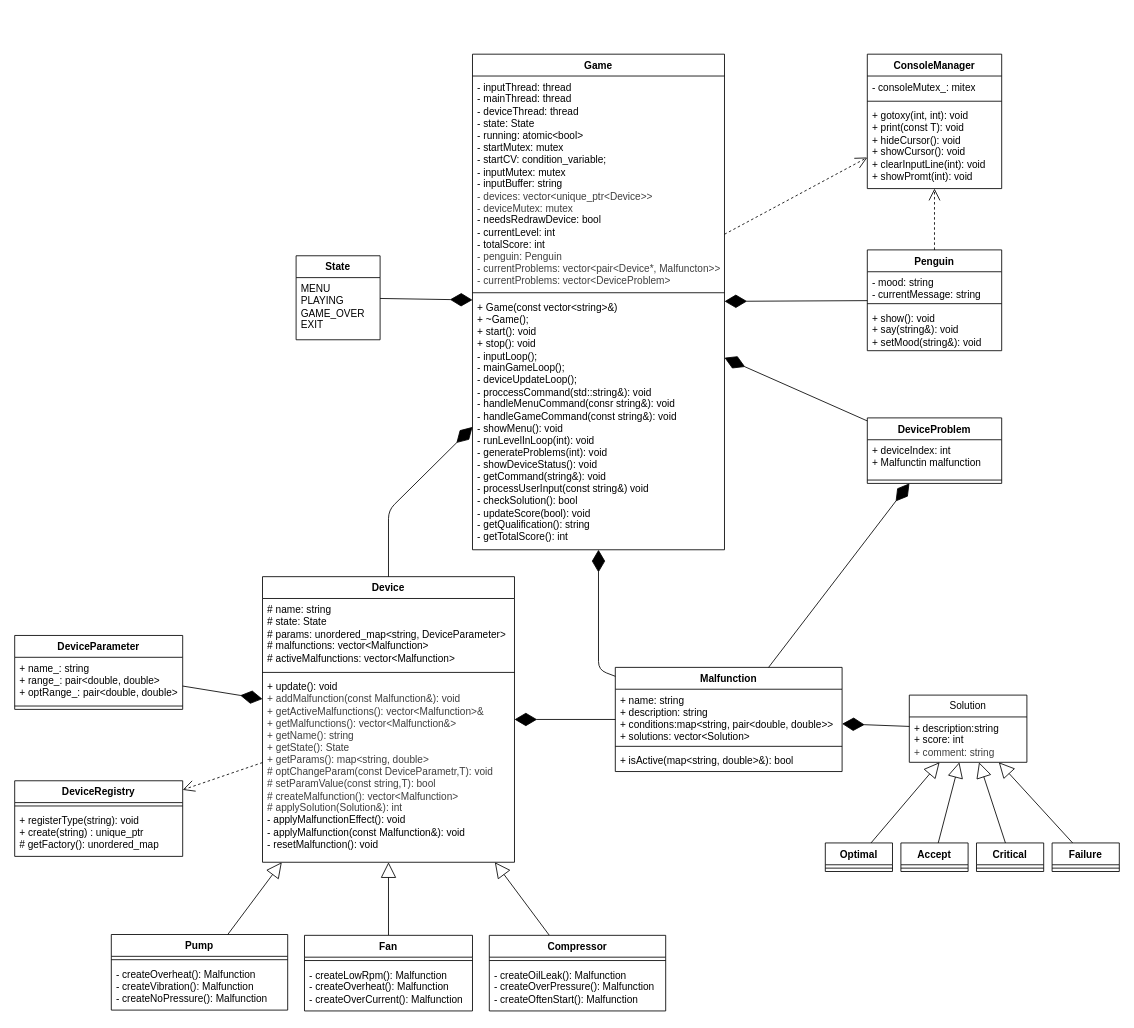
This is docs/diagram.drawio from MARGO0901/otus-finalproject, a draw.io file, before an edit. Source tidied: cells renumbered, new cells numbered last; positions are measured from the earlier drawing's top-left corner, leaving out a move shared by most shapes. Both pictures are drawn from the tidied source at 84%, with x=0, y=0 at pixel (14, 54).
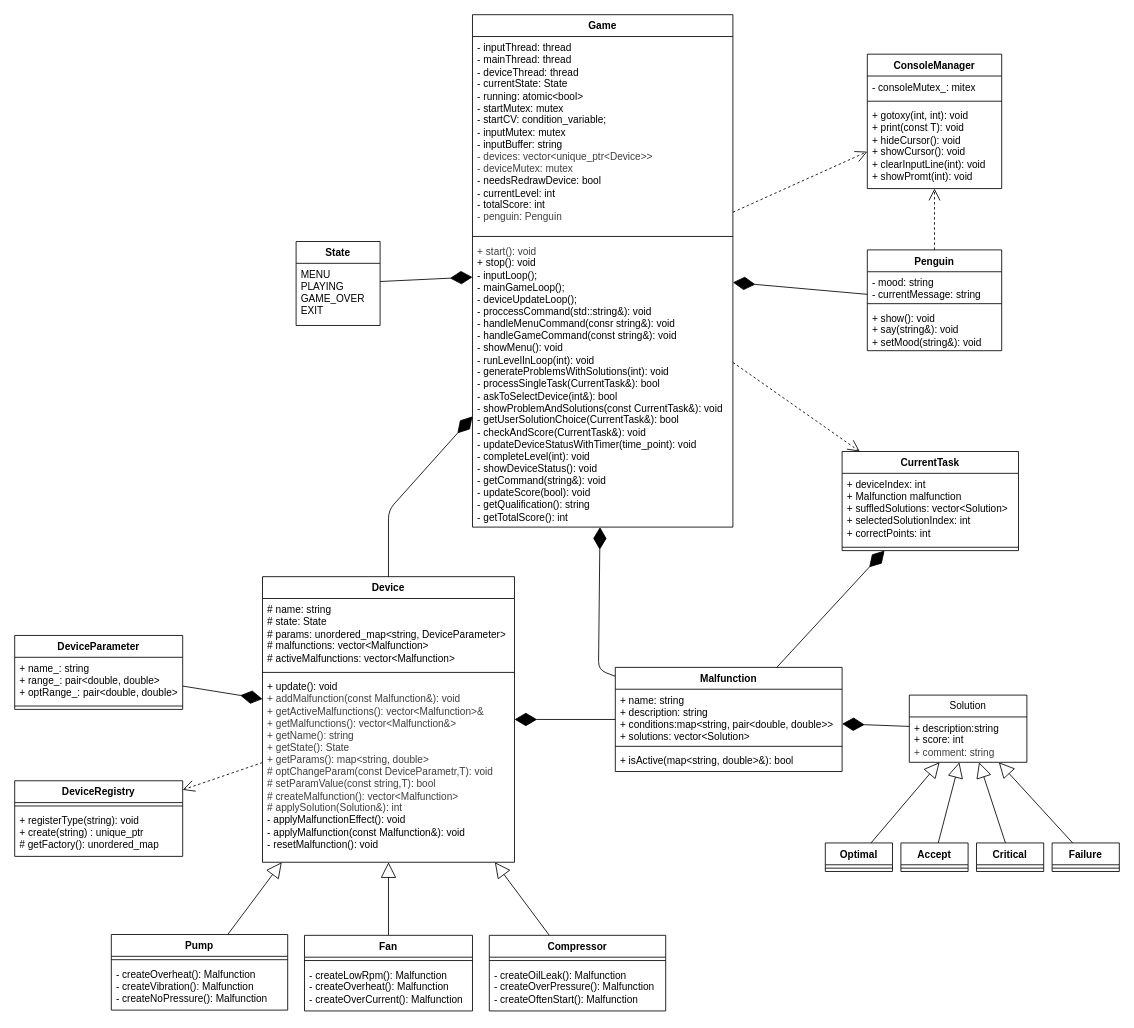
The same page after the edit.

The change refers to these unchanged cells:
```xml
<mxCell id="17" value="Malfunction" style="swimlane;fontStyle=1;align=center;verticalAlign=top;horizontal=1;startSize=26;whiteSpace=wrap;html=1;" parent="1" vertex="1">
  <mxGeometry x="715" y="730" width="270" height="124" as="geometry" />
</mxCell>
```

Change to the diagram source:
```diff
@@
     <mxCell id="2" value="Game" style="swimlane;fontStyle=1;align=center;verticalAlign=top;horizontal=1;startSize=26;whiteSpace=wrap;html=1;" parent="1" vertex="1">
-      <mxGeometry x="545" width="300" height="590" as="geometry" />
+      <mxGeometry x="545" y="-47" width="310" height="610" as="geometry" />
     </mxCell>
-    <mxCell id="3" value="&lt;div&gt;- inputThread: thread&lt;/div&gt;&lt;div&gt;- mainThread: thread&lt;/div&gt;&lt;div&gt;- deviceThread: thread&lt;/div&gt;&lt;div&gt;- state: State&lt;/div&gt;&lt;div&gt;- running: atomic&amp;lt;bool&amp;gt;&lt;/div&gt;&lt;div&gt;- startMutex: mutex&lt;/div&gt;&lt;div&gt;- startCV: condition_variable;&lt;/div&gt;&lt;div&gt;- inputMutex: mutex&lt;/div&gt;&lt;div&gt;- inputBuffer: string&lt;/div&gt;&lt;div&gt;&lt;span style=&quot;color: rgb(63, 63, 63);&quot;&gt;- devices:&amp;nbsp;&lt;/span&gt;&lt;span style=&quot;scrollbar-color: rgb(226, 226, 226) rgb(251, 251, 251); background-color: transparent; color: rgb(63, 63, 63);&quot;&gt;vector&amp;lt;unique_ptr&amp;lt;Device&amp;gt;&amp;gt;&lt;/span&gt;&lt;/div&gt;&lt;div&gt;&lt;span style=&quot;scrollbar-color: rgb(226, 226, 226) rgb(251, 251, 251); background-color: transparent; color: rgb(63, 63, 63);&quot;&gt;- deviceMutex: mutex&lt;/span&gt;&lt;/div&gt;&lt;div&gt;- needsRedrawDevice: bool&lt;/div&gt;- currentLevel: int&lt;div&gt;- totalScore: int&lt;/div&gt;&lt;div&gt;&lt;span style=&quot;color: rgb(63, 63, 63); background-color: transparent;&quot;&gt;- penguin: Penguin&lt;/span&gt;&lt;/div&gt;&lt;div&gt;&lt;span style=&quot;color: rgb(63, 63, 63); background-color: transparent;&quot;&gt;&lt;span style=&quot;color: rgb(63, 63, 63);&quot;&gt;- currentProblems: vector&amp;lt;pair&amp;lt;Device*, Malfuncton&amp;gt;&amp;gt;&lt;/span&gt;&lt;/span&gt;&lt;/div&gt;&lt;div&gt;&lt;span style=&quot;color: rgb(63, 63, 63); background-color: transparent;&quot;&gt;&lt;span style=&quot;color: rgb(63, 63, 63);&quot;&gt;- currentProblems: vector&amp;lt;DeviceProblem&amp;gt;&lt;/span&gt;&lt;/span&gt;&lt;/div&gt;" style="text;strokeColor=none;fillColor=none;align=left;verticalAlign=top;spacingLeft=4;spacingRight=4;overflow=hidden;whiteSpace=wrap;html=1;" parent="2" vertex="1">
-      <mxGeometry y="26" width="300" height="254" as="geometry" />
+    <mxCell id="3" value="&lt;div&gt;- inputThread: thread&lt;/div&gt;&lt;div&gt;- mainThread: thread&lt;/div&gt;&lt;div&gt;- deviceThread: thread&lt;/div&gt;&lt;div&gt;- currentState: State&lt;/div&gt;&lt;div&gt;- running: atomic&amp;lt;bool&amp;gt;&lt;/div&gt;&lt;div&gt;- startMutex: mutex&lt;/div&gt;&lt;div&gt;- startCV: condition_variable;&lt;/div&gt;&lt;div&gt;- inputMutex: mutex&lt;/div&gt;&lt;div&gt;- inputBuffer: string&lt;/div&gt;&lt;div&gt;&lt;span style=&quot;color: rgb(63, 63, 63);&quot;&gt;- devices:&amp;nbsp;&lt;/span&gt;&lt;span style=&quot;scrollbar-color: rgb(226, 226, 226) rgb(251, 251, 251); background-color: transparent; color: rgb(63, 63, 63);&quot;&gt;vector&amp;lt;unique_ptr&amp;lt;Device&amp;gt;&amp;gt;&lt;/span&gt;&lt;/div&gt;&lt;div&gt;&lt;span style=&quot;scrollbar-color: rgb(226, 226, 226) rgb(251, 251, 251); background-color: transparent; color: rgb(63, 63, 63);&quot;&gt;- deviceMutex: mutex&lt;/span&gt;&lt;/div&gt;&lt;div&gt;- needsRedrawDevice: bool&lt;/div&gt;- currentLevel: int&lt;div&gt;- totalScore: int&lt;/div&gt;&lt;div&gt;&lt;span style=&quot;color: rgb(63, 63, 63); background-color: transparent;&quot;&gt;- penguin: Penguin&lt;/span&gt;&lt;/div&gt;&lt;div&gt;&lt;br&gt;&lt;/div&gt;" style="text;strokeColor=none;fillColor=none;align=left;verticalAlign=top;spacingLeft=4;spacingRight=4;overflow=hidden;whiteSpace=wrap;html=1;" parent="2" vertex="1">
+      <mxGeometry y="26" width="310" height="234" as="geometry" />
     </mxCell>
     <mxCell id="4" style="line;strokeWidth=1;fillColor=none;align=left;verticalAlign=middle;spacingTop=-1;spacingLeft=3;spacingRight=3;labelPosition=right;strokeColor=inherit;" parent="2" vertex="1">
-      <mxGeometry y="280" width="300" height="8" as="geometry" />
+      <mxGeometry y="260" width="310" height="8" as="geometry" />
     </mxCell>
-    <mxCell id="5" value="&lt;div&gt;+ Game(const vector&amp;lt;string&amp;gt;&amp;amp;)&lt;/div&gt;&lt;div&gt;+ ~Game();&lt;/div&gt;&lt;div&gt;+ start(): void&lt;/div&gt;&lt;div&gt;+ stop(): void&lt;/div&gt;&lt;div&gt;- inputLoop();&lt;/div&gt;&lt;div&gt;- mainGameLoop();&lt;/div&gt;&lt;div&gt;- deviceUpdateLoop();&lt;/div&gt;&lt;div&gt;- proccessCommand(std::string&amp;amp;): void&lt;/div&gt;&lt;div&gt;- handleMenuCommand(consr string&amp;amp;): void&lt;/div&gt;&lt;div&gt;- handleGameCommand(const string&amp;amp;): void&lt;/div&gt;&lt;div&gt;- showMenu(): void&lt;/div&gt;- runLevelInLoop(int): void&lt;div&gt;- generateProblems(int): void&lt;/div&gt;&lt;div&gt;- showDeviceStatus(): void&lt;/div&gt;&lt;div&gt;- getCommand(string&amp;amp;): void&lt;/div&gt;&lt;div&gt;- processUserInput(const string&amp;amp;) void&lt;/div&gt;&lt;div&gt;- checkSolution(): bool&lt;/div&gt;&lt;div&gt;- updateScore(bool): void&lt;/div&gt;&lt;div&gt;- getQualification(): string&lt;/div&gt;&lt;div&gt;- getTotalScore(): int&lt;/div&gt;" style="text;strokeColor=none;fillColor=none;align=left;verticalAlign=top;spacingLeft=4;spacingRight=4;overflow=hidden;whiteSpace=wrap;html=1;" parent="2" vertex="1">
-      <mxGeometry y="288" width="300" height="302" as="geometry" />
+    <mxCell id="5" value="&lt;div&gt;&lt;span style=&quot;color: rgb(63, 63, 63); background-color: transparent;&quot;&gt;+ start(): void&lt;/span&gt;&lt;/div&gt;&lt;div&gt;+ stop(): void&lt;/div&gt;&lt;div&gt;- inputLoop();&lt;/div&gt;&lt;div&gt;- mainGameLoop();&lt;/div&gt;&lt;div&gt;- deviceUpdateLoop();&lt;/div&gt;&lt;div&gt;- proccessCommand(std::string&amp;amp;): void&lt;/div&gt;&lt;div&gt;- handleMenuCommand(consr string&amp;amp;): void&lt;/div&gt;&lt;div&gt;- handleGameCommand(const string&amp;amp;): void&lt;/div&gt;&lt;div&gt;- showMenu(): void&lt;/div&gt;- runLevelInLoop(int): void&lt;div&gt;- generateProblemsWithSolutions(int): void&lt;/div&gt;&lt;div&gt;-&amp;nbsp;processSingleTask(CurrentTask&amp;amp;): bool&lt;/div&gt;&lt;div&gt;-&amp;nbsp;askToSelectDevice(int&amp;amp;): bool&lt;/div&gt;&lt;div&gt;-&amp;nbsp;showProblemAndSolutions(const CurrentTask&amp;amp;): void&lt;/div&gt;&lt;div&gt;-&amp;nbsp;getUserSolutionChoice(CurrentTask&amp;amp;): bool&lt;/div&gt;&lt;div&gt;-&amp;nbsp;checkAndScore(CurrentTask&amp;amp;): void&lt;/div&gt;&lt;div&gt;-&amp;nbsp;updateDeviceStatusWithTimer(time_point): void&lt;/div&gt;&lt;div&gt;-&amp;nbsp;completeLevel(int): void&lt;/div&gt;&lt;div&gt;- showDeviceStatus(): void&lt;/div&gt;&lt;div&gt;- getCommand(string&amp;amp;): void&lt;/div&gt;&lt;div&gt;- updateScore(bool): void&lt;/div&gt;&lt;div&gt;- getQualification(): string&lt;/div&gt;&lt;div&gt;- getTotalScore(): int&lt;/div&gt;" style="text;strokeColor=none;fillColor=none;align=left;verticalAlign=top;spacingLeft=4;spacingRight=4;overflow=hidden;whiteSpace=wrap;html=1;" parent="2" vertex="1">
+      <mxGeometry y="268" width="310" height="342" as="geometry" />
     </mxCell>
@@
     <mxCell id="59" value="State" style="swimlane;fontStyle=1;align=center;verticalAlign=top;horizontal=1;startSize=26;whiteSpace=wrap;html=1;" parent="1" vertex="1">
-      <mxGeometry x="335" y="240" width="100" height="100" as="geometry" />
+      <mxGeometry x="335" y="223" width="100" height="100" as="geometry" />
     </mxCell>
@@
-    <mxCell id="66" value="DeviceProblem" style="swimlane;fontStyle=1;align=center;verticalAlign=top;horizontal=1;startSize=26;whiteSpace=wrap;html=1;" parent="1" vertex="1">
-      <mxGeometry x="1015" y="433" width="160" height="78" as="geometry" />
-    </mxCell>
-    <mxCell id="67" value="+ deviceIndex: int&lt;div&gt;+ Malfunctin malfunction&lt;/div&gt;" style="text;strokeColor=none;fillColor=none;align=left;verticalAlign=top;spacingLeft=4;spacingRight=4;overflow=hidden;whiteSpace=wrap;html=1;" parent="66" vertex="1">
-      <mxGeometry y="26" width="160" height="44" as="geometry" />
-    </mxCell>
-    <mxCell id="68" style="line;strokeWidth=1;fillColor=none;align=left;verticalAlign=middle;spacingTop=-1;spacingLeft=3;spacingRight=3;labelPosition=right;strokeColor=inherit;" parent="66" vertex="1">
-      <mxGeometry y="70" width="160" height="8" as="geometry" />
-    </mxCell>
-    <mxCell id="69" style="endArrow=diamondThin;endFill=1;endSize=24;html=1;" parent="1" edge="1" source="17" target="66">
-      <mxGeometry relative="1" as="geometry" />
-    </mxCell>
-    <mxCell id="70" style="endArrow=diamondThin;endFill=1;endSize=24;html=1;" parent="1" edge="1" source="66" target="2">
-      <mxGeometry relative="1" as="geometry" />
-    </mxCell>
+    <mxCell id="71" value="CurrentTask" style="swimlane;fontStyle=1;align=center;verticalAlign=top;horizontal=1;startSize=26;whiteSpace=wrap;html=1;" parent="1" vertex="1">
+      <mxGeometry x="985" y="473" width="210" height="118" as="geometry" />
+    </mxCell>
+    <mxCell id="72" value="+ deviceIndex: int&lt;div&gt;+ Malfunction malfunction&lt;/div&gt;&lt;div&gt;+ suffledSolutions: vector&amp;lt;Solution&amp;gt;&lt;/div&gt;&lt;div&gt;+ selectedSolutionIndex: int&lt;/div&gt;&lt;div&gt;+ correctPoints: int&lt;/div&gt;" style="text;strokeColor=none;fillColor=none;align=left;verticalAlign=top;spacingLeft=4;spacingRight=4;overflow=hidden;whiteSpace=wrap;html=1;" parent="71" vertex="1">
+      <mxGeometry y="26" width="210" height="84" as="geometry" />
+    </mxCell>
+    <mxCell id="73" style="line;strokeWidth=1;fillColor=none;align=left;verticalAlign=middle;spacingTop=-1;spacingLeft=3;spacingRight=3;labelPosition=right;strokeColor=inherit;" parent="71" vertex="1">
+      <mxGeometry y="110" width="210" height="8" as="geometry" />
+    </mxCell>
+    <mxCell id="74" style="endArrow=diamondThin;endFill=1;endSize=24;html=1;" parent="1" edge="1" source="17" target="71">
+      <mxGeometry relative="1" as="geometry" />
+    </mxCell>
+    <mxCell id="75" style="endArrow=open;endSize=12;dashed=1;html=1;" parent="1" edge="1" source="2" target="71">
+      <mxGeometry relative="1" as="geometry" />
+    </mxCell>
```
